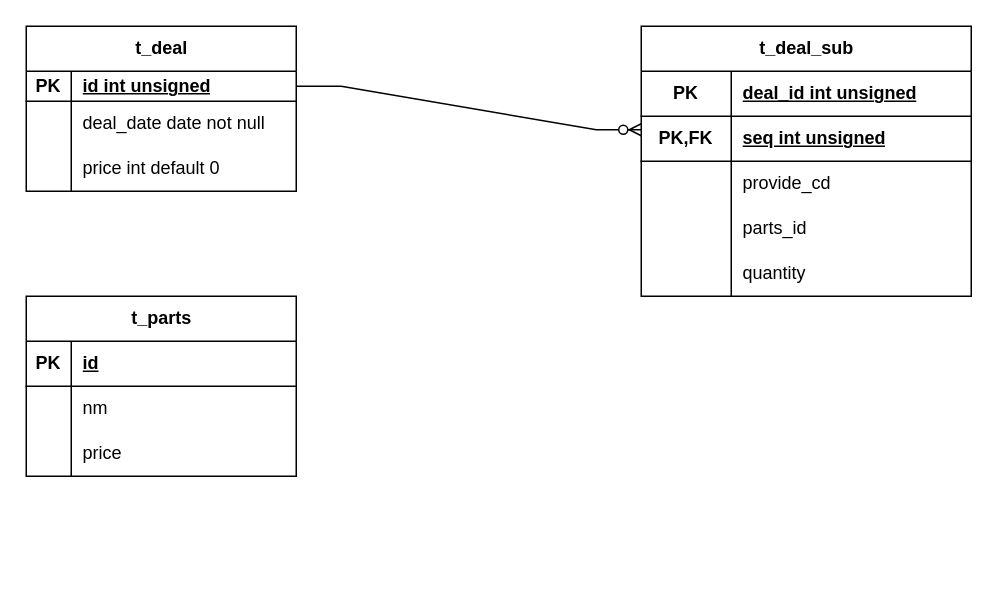
The draw.io diagram 제목 없는 다이어그램.drawio in JeongHoBBang/mysql, before the edit. Source tidied: cells renumbered, new cells numbered last; positions are measured from the earlier drawing's top-left corner, leaving out a move shared by most shapes. Both pictures are drawn from the tidied source at 150%, with x=0, y=0 at pixel (26, 26).
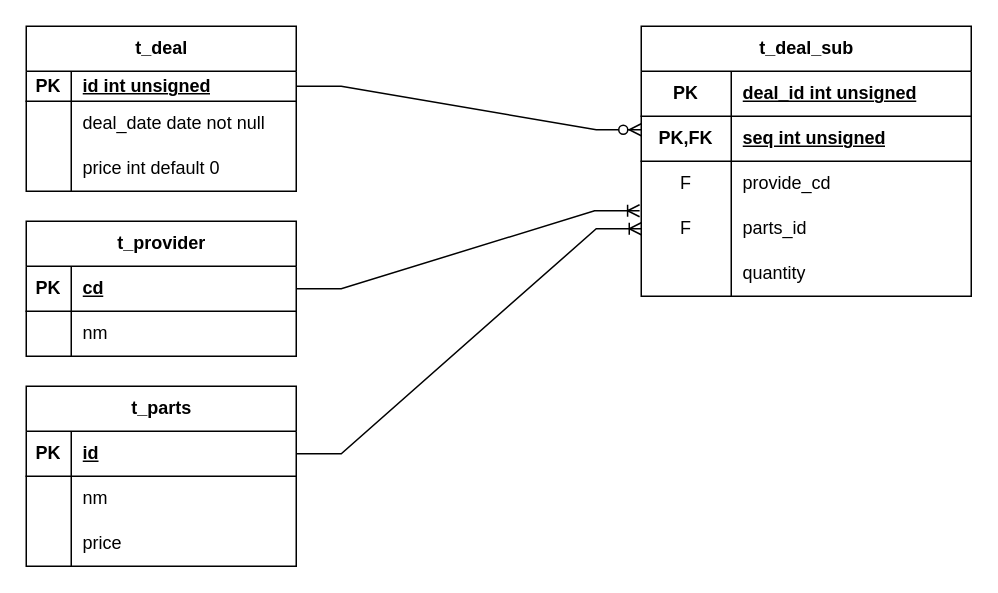
Above is the later version.

Commit message (it also covers changes not shown here):
제목 없는 다이어그램.drawio 업데이트

The change refers to these unchanged cells:
```xml
<mxCell id="19" style="shape=tableRow;horizontal=0;startSize=0;swimlaneHead=0;swimlaneBody=0;fillColor=none;points=[[0,0.5],[1,0.5]];portConstraint=eastwest;top=0;left=0;right=0;bottom=0;" parent="12" vertex="1">
  <mxGeometry y="90" width="220" height="30" as="geometry" />
</mxCell>
<mxCell id="22" style="shape=tableRow;horizontal=0;startSize=0;swimlaneHead=0;swimlaneBody=0;fillColor=none;points=[[0,0.5],[1,0.5]];portConstraint=eastwest;top=0;left=0;right=0;bottom=0;" parent="12" vertex="1">
  <mxGeometry y="120" width="220" height="30" as="geometry" />
</mxCell>
<mxCell id="30" style="shape=tableRow;horizontal=0;startSize=0;swimlaneHead=0;swimlaneBody=0;fillColor=none;points=[[0,0.5],[1,0.5]];portConstraint=eastwest;top=0;left=0;right=0;bottom=1;" parent="29" vertex="1">
  <mxGeometry y="30" width="180" height="30" as="geometry" />
</mxCell>
```

Diff of the diagram source:
```diff
@@
-    <mxCell id="20" style="shape=partialRectangle;fillColor=none;top=0;left=0;bottom=0;right=0;overflow=hidden;whiteSpace=wrap;html=1;" parent="19" vertex="1">
+    <mxCell id="20" value="F" style="shape=partialRectangle;fillColor=none;top=0;left=0;bottom=0;right=0;overflow=hidden;whiteSpace=wrap;html=1;" parent="19" vertex="1">
       <mxGeometry width="60" height="30" as="geometry" />
     </mxCell>
@@
-    <mxCell id="23" style="shape=partialRectangle;fillColor=none;top=0;left=0;bottom=0;right=0;overflow=hidden;whiteSpace=wrap;html=1;" parent="22" vertex="1">
+    <mxCell id="23" value="F" style="shape=partialRectangle;fillColor=none;top=0;left=0;bottom=0;right=0;overflow=hidden;whiteSpace=wrap;html=1;" parent="22" vertex="1">
       <mxGeometry width="60" height="30" as="geometry" />
     </mxCell>
@@
     <mxCell id="29" value="t_parts" style="shape=table;startSize=30;childLayout=tableLayout;rowLines=0;fontStyle=1;align=center;html=1;" parent="1" vertex="1">
-      <mxGeometry y="180" width="180" height="120" as="geometry" />
+      <mxGeometry y="240" width="180" height="120" as="geometry" />
     </mxCell>
@@
+    <mxCell id="39" style="edgeStyle=entityRelationEdgeStyle;fontSize=12;html=1;endArrow=ERoneToMany;rounded=0;exitX=1;exitY=0.5;exitDx=0;exitDy=0;entryX=0;entryY=0.5;entryDx=0;entryDy=0;" parent="1" edge="1" source="30" target="22">
+      <mxGeometry relative="1" as="geometry" />
+    </mxCell>
+    <mxCell id="40" value="t_provider" style="shape=table;startSize=30;childLayout=tableLayout;rowLines=0;fontStyle=1;align=center;html=1;" parent="1" vertex="1">
+      <mxGeometry y="130" width="180" height="90" as="geometry" />
+    </mxCell>
+    <mxCell id="41" style="shape=tableRow;horizontal=0;startSize=0;swimlaneHead=0;swimlaneBody=0;fillColor=none;points=[[0,0.5],[1,0.5]];portConstraint=eastwest;top=0;left=0;right=0;bottom=1;" parent="40" vertex="1">
+      <mxGeometry y="30" width="180" height="30" as="geometry" />
+    </mxCell>
+    <mxCell id="42" value="PK" style="shape=partialRectangle;fillColor=none;top=0;left=0;bottom=0;right=0;fontStyle=1;overflow=hidden;whiteSpace=wrap;html=1;" parent="41" vertex="1">
+      <mxGeometry width="30" height="30" as="geometry" />
+    </mxCell>
+    <mxCell id="43" value="cd" style="shape=partialRectangle;fillColor=none;top=0;left=0;bottom=0;right=0;align=left;spacingLeft=6;fontStyle=5;overflow=hidden;whiteSpace=wrap;html=1;" parent="41" vertex="1">
+      <mxGeometry x="30" width="150" height="30" as="geometry" />
+    </mxCell>
+    <mxCell id="44" style="shape=tableRow;horizontal=0;startSize=0;swimlaneHead=0;swimlaneBody=0;fillColor=none;top=0;left=0;right=0;bottom=0;" parent="40" vertex="1">
+      <mxGeometry y="60" width="180" height="30" as="geometry" />
+    </mxCell>
+    <mxCell id="45" style="shape=partialRectangle;fillColor=none;top=0;left=0;bottom=0;right=0;overflow=hidden;whiteSpace=wrap;html=1;" parent="44" vertex="1">
+      <mxGeometry width="30" height="30" as="geometry" />
+    </mxCell>
+    <mxCell id="46" value="nm" style="shape=partialRectangle;fillColor=none;top=0;left=0;bottom=0;right=0;align=left;spacingLeft=6;overflow=hidden;whiteSpace=wrap;html=1;" parent="44" vertex="1">
+      <mxGeometry x="30" width="150" height="30" as="geometry" />
+    </mxCell>
+    <mxCell id="47" style="edgeStyle=entityRelationEdgeStyle;fontSize=12;html=1;endArrow=ERoneToMany;rounded=0;exitX=1;exitY=0.5;exitDx=0;exitDy=0;entryX=-0.005;entryY=1.1;entryDx=0;entryDy=0;entryPerimeter=0;" parent="1" edge="1" source="41" target="19">
+      <mxGeometry relative="1" as="geometry" />
+    </mxCell>
```
